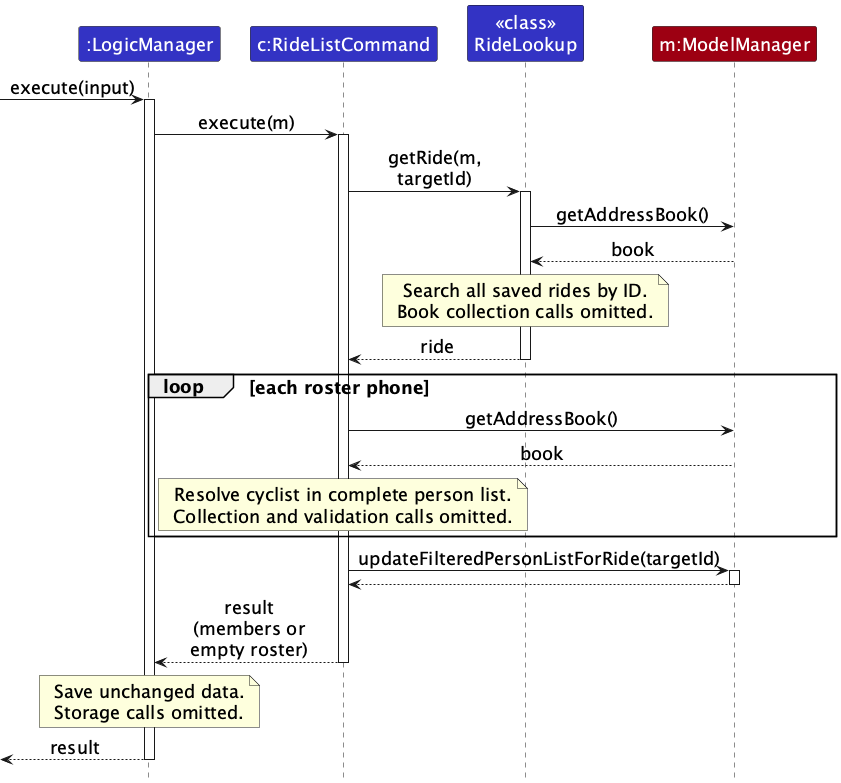
Above: docs/images/RideListSequenceDiagram.png in AY2627S1-CS2103T-W11-1/tp (PlantUML), before the change.
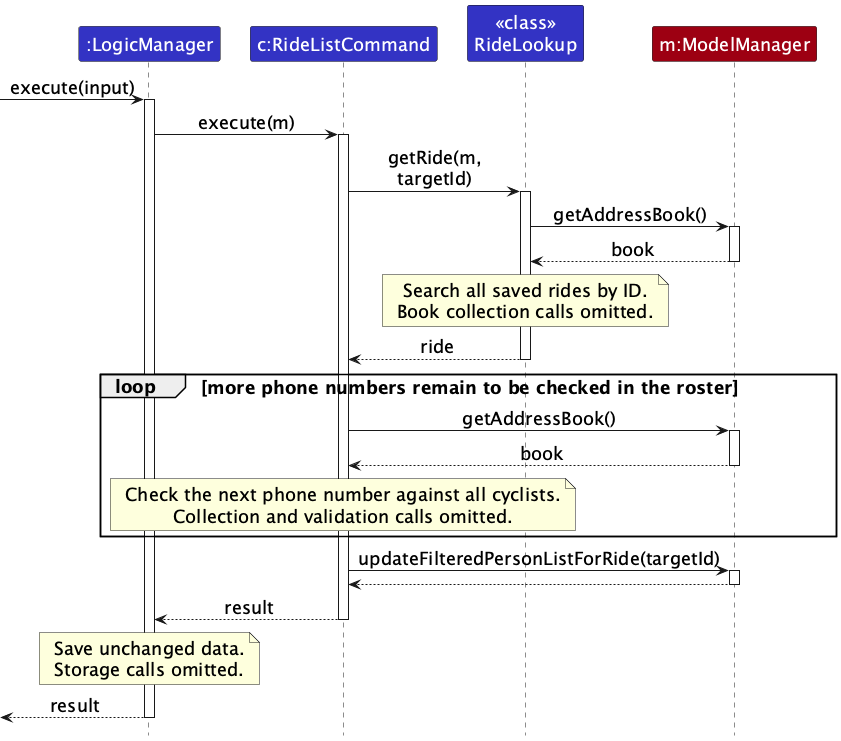
Later version of the same file.

Commit message:
Align roster sequence diagram with textbook UML

The edit, as a diff of the source:
```diff
@@ -19,20 +19,24 @@
 Command -> Lookup : getRide(m, targetId)
 activate Lookup
 Lookup -> Model : getAddressBook()
+activate Model
 Model --> Lookup : book
+deactivate Model
 note over Lookup : Search all saved rides by ID.\nBook collection calls omitted.
 Lookup --> Command : ride
 deactivate Lookup
-loop each roster phone
+loop more phone numbers remain to be checked in the roster
     Command -> Model : getAddressBook()
+    activate Model
     Model --> Command : book
-    note over Command : Resolve cyclist in complete person list.\nCollection and validation calls omitted.
+    deactivate Model
+    note over Command : Check the next phone number against all cyclists.\nCollection and validation calls omitted.
 end
 Command -> Model : updateFilteredPersonListForRide(targetId)
 activate Model
 Model --> Command
 deactivate Model
-Command --> Logic : result (members or empty roster)
+Command --> Logic : result
 deactivate Command
 note over Logic : Save unchanged data.\nStorage calls omitted.
 [<-- Logic : result
```
